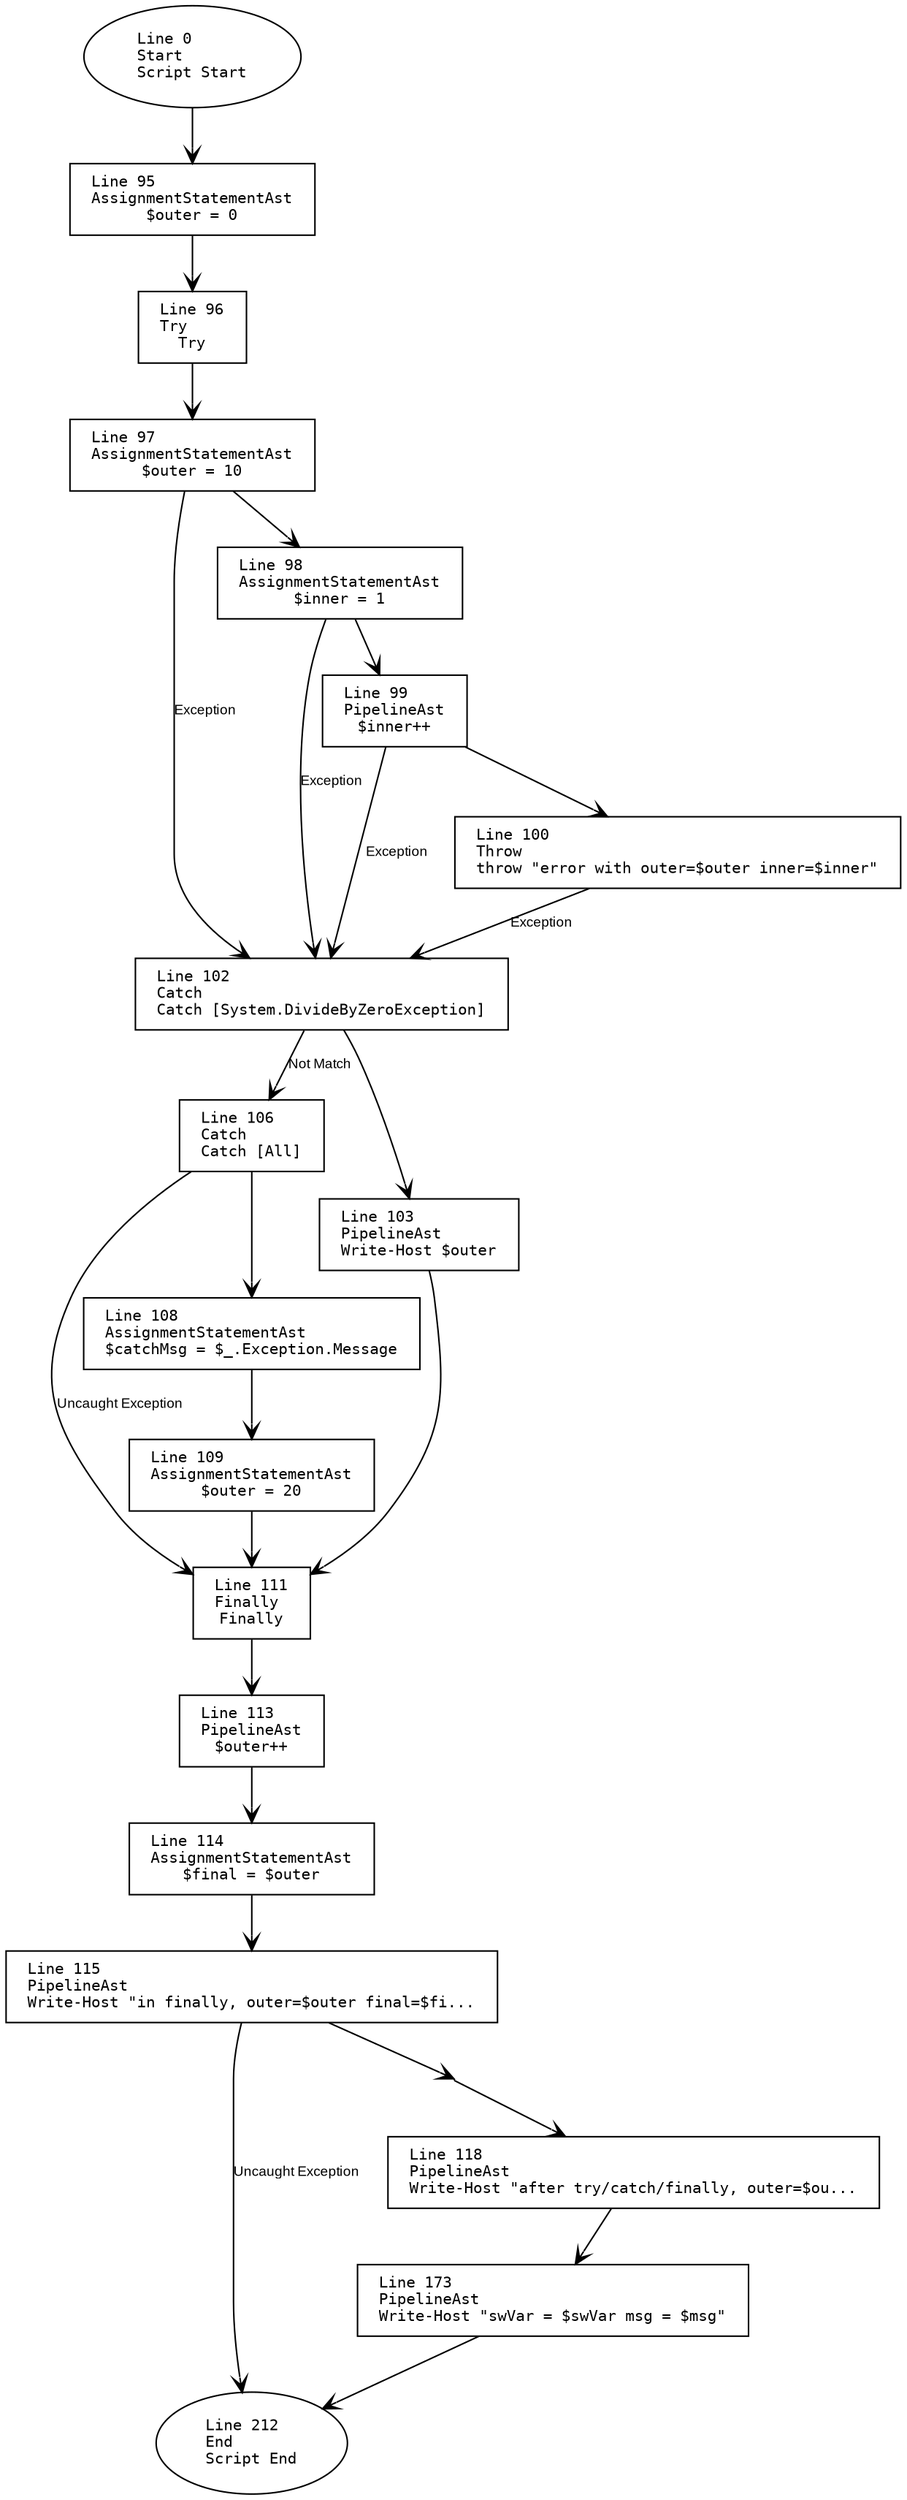
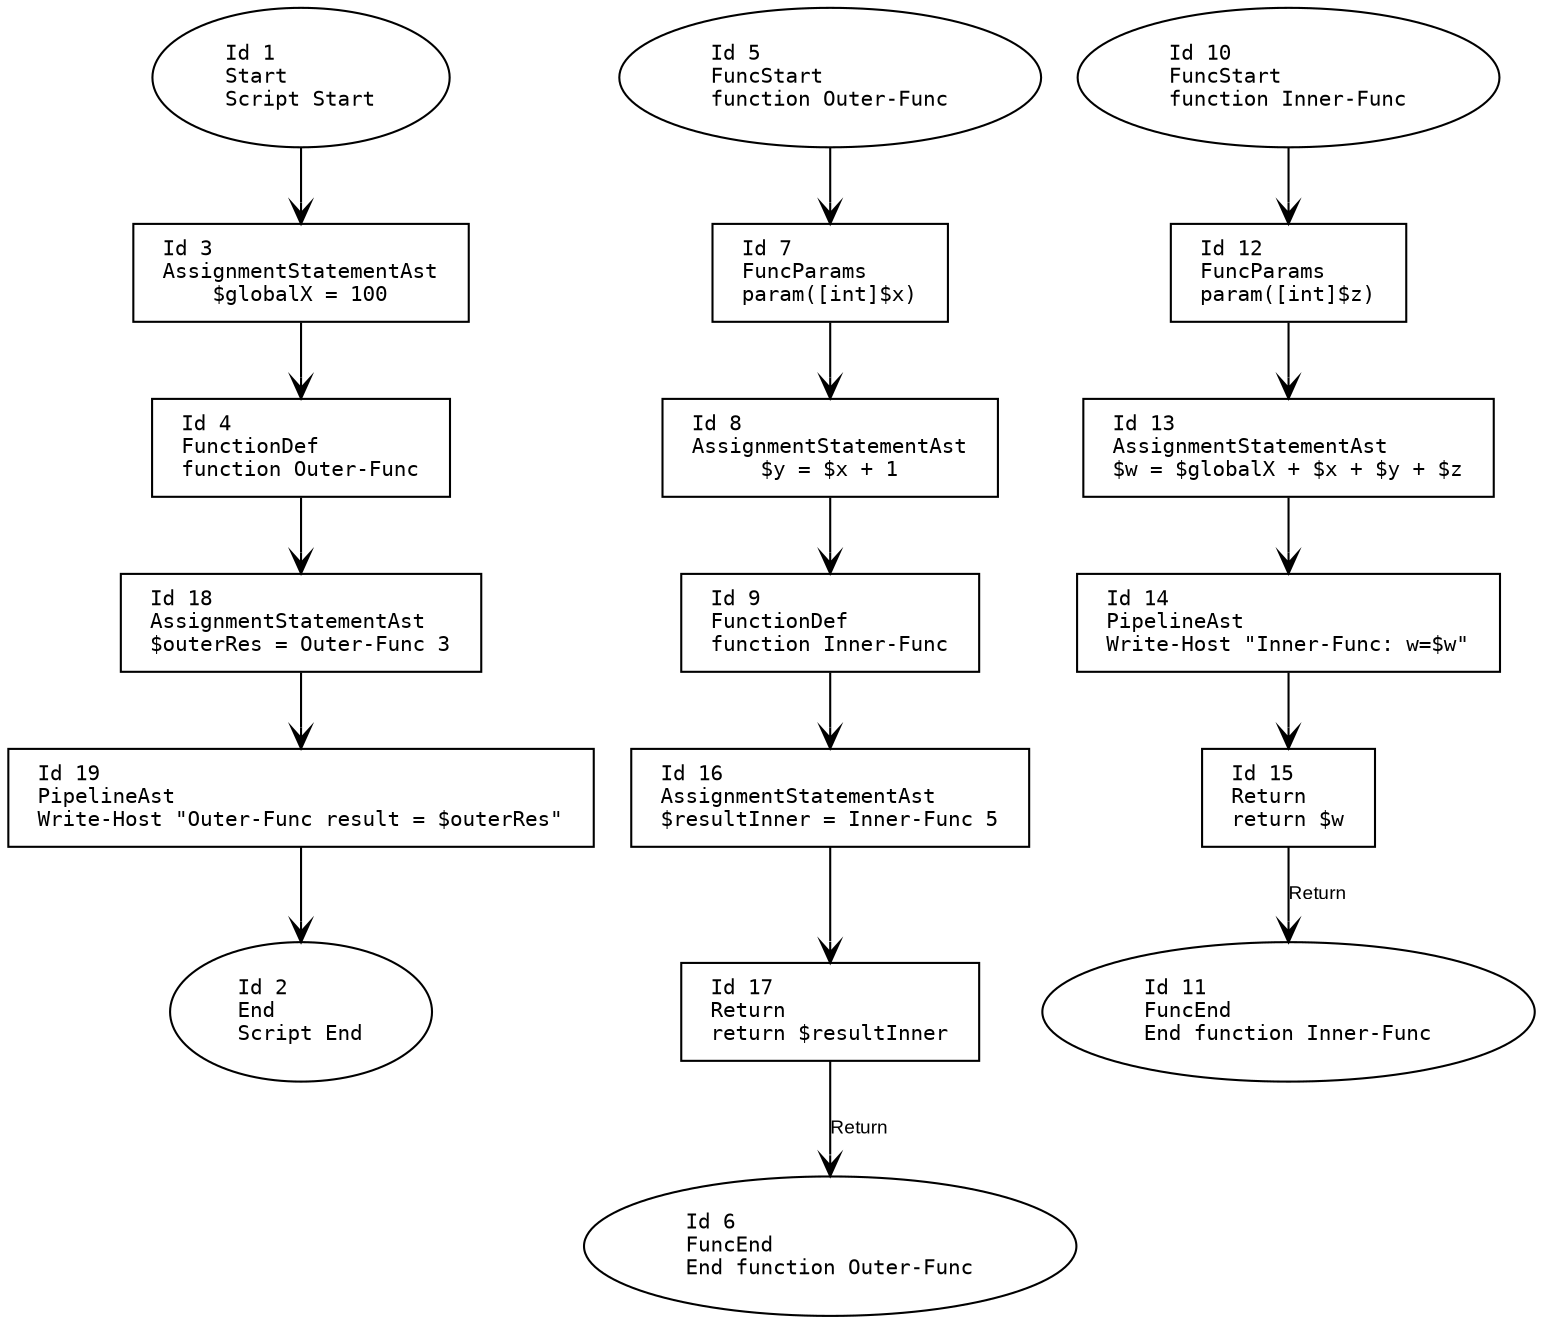
digraph G {
    rankdir=TB;
    node [
        fontname="Consolas"
        shape=box
        width=0
        height=0
        margin="0.2,0.1"
        fontsize=10
    ];
    edge [fontname="Arial", arrowhead=vee, fontsize=9];

    // Nodes
-     1 [label="Line 0\lStart\lScript Start", shape=oval];
-     2 [label="Line 212\lEnd\lScript End", shape=oval];
-     3 [label="Line 95\lAssignmentStatementAst\l$outer = 0", shape=box];
-     4 [label="Line 96\lTry\lTry", shape=box];
-     5 [label="Line 111\lFinally\lFinally", shape=box];
-     6 [label="Line 102\lCatch\lCatch [System.DivideByZeroException]", shape=box];
-     7 [label="Line 106\lCatch\lCatch [All]", shape=box];
-     8 [label="Line 97\lAssignmentStatementAst\l$outer = 10", shape=box];
-     9 [label="Line 98\lAssignmentStatementAst\l$inner = 1", shape=box];
-     10 [label="Line 99\lPipelineAst\l$inner++", shape=box];
-     11 [label="Line 100\lThrow\lthrow \"error with outer=$outer inner=$inner\"", shape=box];
-     12 [label="Line 103\lPipelineAst\lWrite-Host $outer", shape=box];
-     13 [label="Line 108\lAssignmentStatementAst\l$catchMsg = $_.Exception.Message", shape=box];
-     14 [label="Line 109\lAssignmentStatementAst\l$outer = 20", shape=box];
-     15 [label="Line 113\lPipelineAst\l$outer++", shape=box];
-     16 [label="Line 114\lAssignmentStatementAst\l$final = $outer", shape=box];
-     17 [label="Line 115\lPipelineAst\lWrite-Host \"in finally, outer=$outer final=$fi...", shape=box];
-     18 [label="Line 116\lMerge\lTry-End", shape=point];
-     19 [label="Line 118\lPipelineAst\lWrite-Host \"after try/catch/finally, outer=$ou...", shape=box];
-     20 [label="Line 173\lPipelineAst\lWrite-Host \"swVar = $swVar msg = $msg\"", shape=box];
+     1 [label="Id 1\lStart\lScript Start", shape=oval];
+     2 [label="Id 2\lEnd\lScript End", shape=oval];
+     3 [label="Id 3\lAssignmentStatementAst\l$globalX = 100", shape=box];
+     4 [label="Id 4\lFunctionDef\lfunction Outer-Func", shape=box];
+     5 [label="Id 5\lFuncStart\lfunction Outer-Func", shape=oval];
+     6 [label="Id 6\lFuncEnd\lEnd function Outer-Func", shape=oval];
+     7 [label="Id 7\lFuncParams\lparam([int]$x)", shape=box];
+     8 [label="Id 8\lAssignmentStatementAst\l$y = $x + 1", shape=box];
+     9 [label="Id 9\lFunctionDef\lfunction Inner-Func", shape=box];
+     10 [label="Id 10\lFuncStart\lfunction Inner-Func", shape=oval];
+     11 [label="Id 11\lFuncEnd\lEnd function Inner-Func", shape=oval];
+     12 [label="Id 12\lFuncParams\lparam([int]$z)", shape=box];
+     13 [label="Id 13\lAssignmentStatementAst\l$w = $globalX + $x + $y + $z", shape=box];
+     14 [label="Id 14\lPipelineAst\lWrite-Host \"Inner-Func: w=$w\"", shape=box];
+     15 [label="Id 15\lReturn\lreturn $w", shape=box];
+     16 [label="Id 16\lAssignmentStatementAst\l$resultInner = Inner-Func 5", shape=box];
+     17 [label="Id 17\lReturn\lreturn $resultInner", shape=box];
+     18 [label="Id 18\lAssignmentStatementAst\l$outerRes = Outer-Func 3", shape=box];
+     19 [label="Id 19\lPipelineAst\lWrite-Host \"Outer-Func result = $outerRes\"", shape=box];

    // Edges
    1 -> 3;
    3 -> 4;
-     4 -> 8;
+     5 -> 7;
+     7 -> 8;
    8 -> 9;
-     9 -> 10;
-     10 -> 11;
-     8 -> 6 [label="Exception"];
-     9 -> 6 [label="Exception"];
-     10 -> 6 [label="Exception"];
-     11 -> 6 [label="Exception"];
-     6 -> 12;
-     6 -> 7 [label="Not Match"];
-     7 -> 13;
+     10 -> 12;
+     12 -> 13;
    13 -> 14;
-     7 -> 5 [label="Uncaught Exception"];
-     12 -> 5;
-     14 -> 5;
-     5 -> 15;
-     15 -> 16;
+     14 -> 15;
+     15 -> 11 [label="Return"];
+     9 -> 16;
    16 -> 17;
-     17 -> 2 [label="Uncaught Exception"];
-     17 -> 18;
+     17 -> 6 [label="Return"];
+     4 -> 18;
    18 -> 19;
-     19 -> 20;
-     20 -> 2;
+     19 -> 2;
}